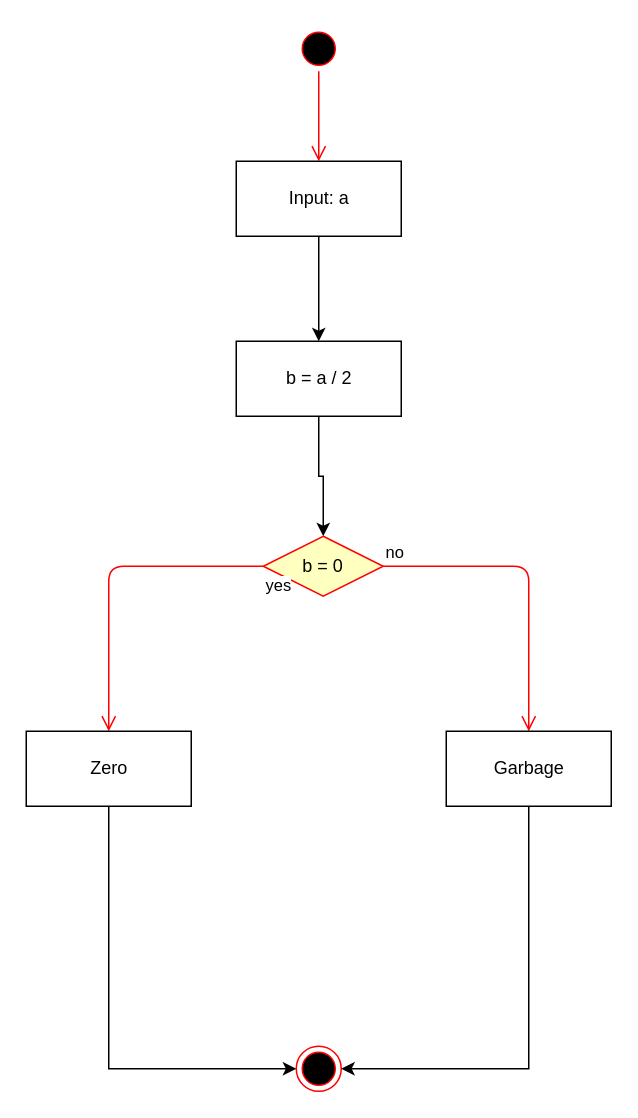
The draw.io diagram drawingstuff/l1-2.drawio in tildeman/apcbfe, before the edit. Source tidied: cells renumbered, new cells numbered last; positions are measured from the earlier drawing's top-left corner, leaving out a move shared by most shapes. Both pictures are drawn from the tidied source at 150%, with x=0, y=0 at pixel (26, 26).
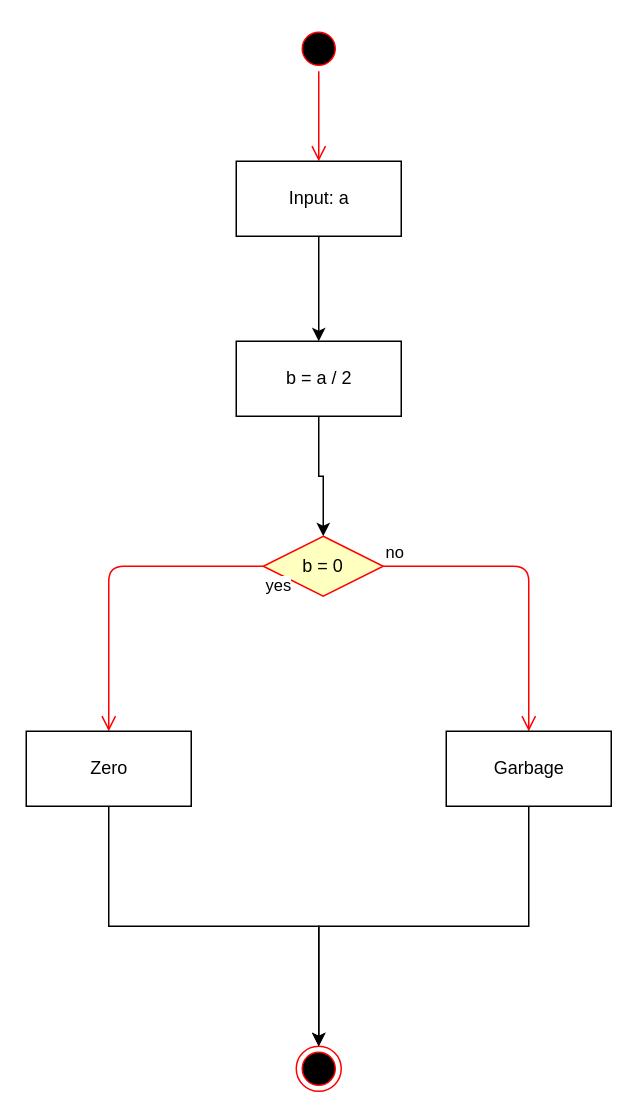
The same diagram, later.

What changed in the source:
```diff
@@
 <mxGraphModel>
   <root>
     <mxCell id="0" />
     <mxCell id="1" parent="0" />
     <mxCell id="2" style="ellipse;html=1;shape=startState;fillColor=#000000;strokeColor=#ff0000;" parent="1" vertex="1">
       <mxGeometry x="180" width="30" height="30" as="geometry" />
     </mxCell>
     <mxCell id="3" style="edgeStyle=orthogonalEdgeStyle;html=1;verticalAlign=bottom;endArrow=open;endSize=8;strokeColor=#ff0000;" parent="1" edge="1" source="2">
       <mxGeometry relative="1" as="geometry">
         <mxPoint x="195" y="90" as="targetPoint" />
       </mxGeometry>
     </mxCell>
     <mxCell id="4" style="ellipse;html=1;shape=endState;fillColor=#000000;strokeColor=#ff0000;" parent="1" vertex="1">
       <mxGeometry x="180" y="680" width="30" height="30" as="geometry" />
     </mxCell>
     <mxCell id="5" style="edgeStyle=orthogonalEdgeStyle;rounded=0;jettySize=auto;html=1;exitX=0.5;exitY=1;exitDx=0;exitDy=0;entryX=0.5;entryY=0;entryDx=0;entryDy=0;" parent="1" edge="1" source="6" target="8">
       <mxGeometry relative="1" as="geometry" />
     </mxCell>
     <mxCell id="6" value="Input: a" style="html=1;" parent="1" vertex="1">
       <mxGeometry x="140" y="90" width="110" height="50" as="geometry" />
     </mxCell>
     <mxCell id="7" style="edgeStyle=orthogonalEdgeStyle;rounded=0;jettySize=auto;html=1;exitX=0.5;exitY=1;exitDx=0;exitDy=0;entryX=0.5;entryY=0;entryDx=0;entryDy=0;" parent="1" edge="1" source="8" target="9">
       <mxGeometry relative="1" as="geometry" />
     </mxCell>
     <mxCell id="8" value="b = a / 2" style="html=1;" parent="1" vertex="1">
       <mxGeometry x="140" y="210" width="110" height="50" as="geometry" />
     </mxCell>
     <mxCell id="9" value="b = 0" style="rhombus;whiteSpace=wrap;html=1;fillColor=#ffffc0;strokeColor=#ff0000;" parent="1" vertex="1">
       <mxGeometry x="158" y="340" width="80" height="40" as="geometry" />
     </mxCell>
     <mxCell id="10" value="no" style="edgeStyle=orthogonalEdgeStyle;html=1;align=left;verticalAlign=bottom;endArrow=open;endSize=8;strokeColor=#ff0000;entryX=0.5;entryY=0;entryDx=0;entryDy=0;" parent="1" edge="1" source="9" target="15">
       <mxGeometry x="-1" relative="1" as="geometry" />
     </mxCell>
     <mxCell id="11" value="yes" style="edgeStyle=orthogonalEdgeStyle;html=1;align=left;verticalAlign=top;endArrow=open;endSize=8;strokeColor=#ff0000;entryX=0.5;entryY=0;entryDx=0;entryDy=0;" parent="1" edge="1" source="9" target="13">
       <mxGeometry x="-1" relative="1" as="geometry" />
     </mxCell>
-    <mxCell id="12" style="edgeStyle=orthogonalEdgeStyle;rounded=0;jettySize=auto;html=1;exitX=0.5;exitY=1;exitDx=0;exitDy=0;entryX=0;entryY=0.5;entryDx=0;entryDy=0;" parent="1" edge="1" source="13" target="4">
+    <mxCell id="12" style="edgeStyle=orthogonalEdgeStyle;rounded=0;jettySize=auto;html=1;exitX=0.5;exitY=1;exitDx=0;exitDy=0;entryX=0.5;entryY=0;entryDx=0;entryDy=0;" parent="1" edge="1" source="13" target="4">
       <mxGeometry relative="1" as="geometry" />
     </mxCell>
     <mxCell id="13" value="Zero" style="html=1;" parent="1" vertex="1">
       <mxGeometry y="470" width="110" height="50" as="geometry" />
     </mxCell>
-    <mxCell id="14" style="edgeStyle=orthogonalEdgeStyle;rounded=0;jettySize=auto;html=1;exitX=0.5;exitY=1;exitDx=0;exitDy=0;entryX=1;entryY=0.5;entryDx=0;entryDy=0;" parent="1" edge="1" source="15" target="4">
+    <mxCell id="14" style="edgeStyle=orthogonalEdgeStyle;rounded=0;jettySize=auto;html=1;exitX=0.5;exitY=1;exitDx=0;exitDy=0;entryX=0.5;entryY=0;entryDx=0;entryDy=0;" parent="1" edge="1" source="15" target="4">
       <mxGeometry relative="1" as="geometry" />
     </mxCell>
     <mxCell id="15" value="Garbage" style="html=1;" parent="1" vertex="1">
       <mxGeometry x="280" y="470" width="110" height="50" as="geometry" />
     </mxCell>
   </root>
 </mxGraphModel>
```
